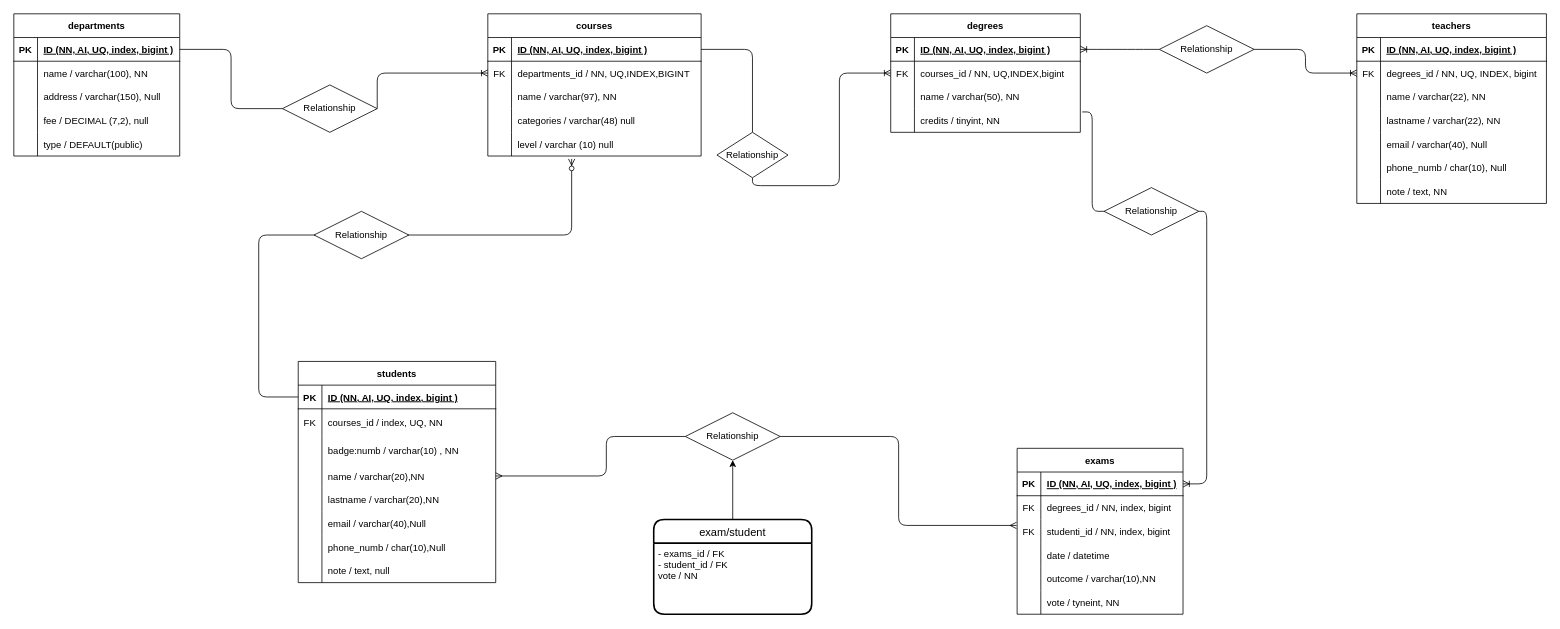
The draw.io diagram schema.dio in Francesco-Iannuzzi/db-university, before the edit. Source tidied: cells renumbered, new cells numbered last; positions are measured from the earlier drawing's top-left corner, leaving out a move shared by most shapes. Both pictures are drawn from the tidied source at 79%, with x=0, y=0 at pixel (13, 13).
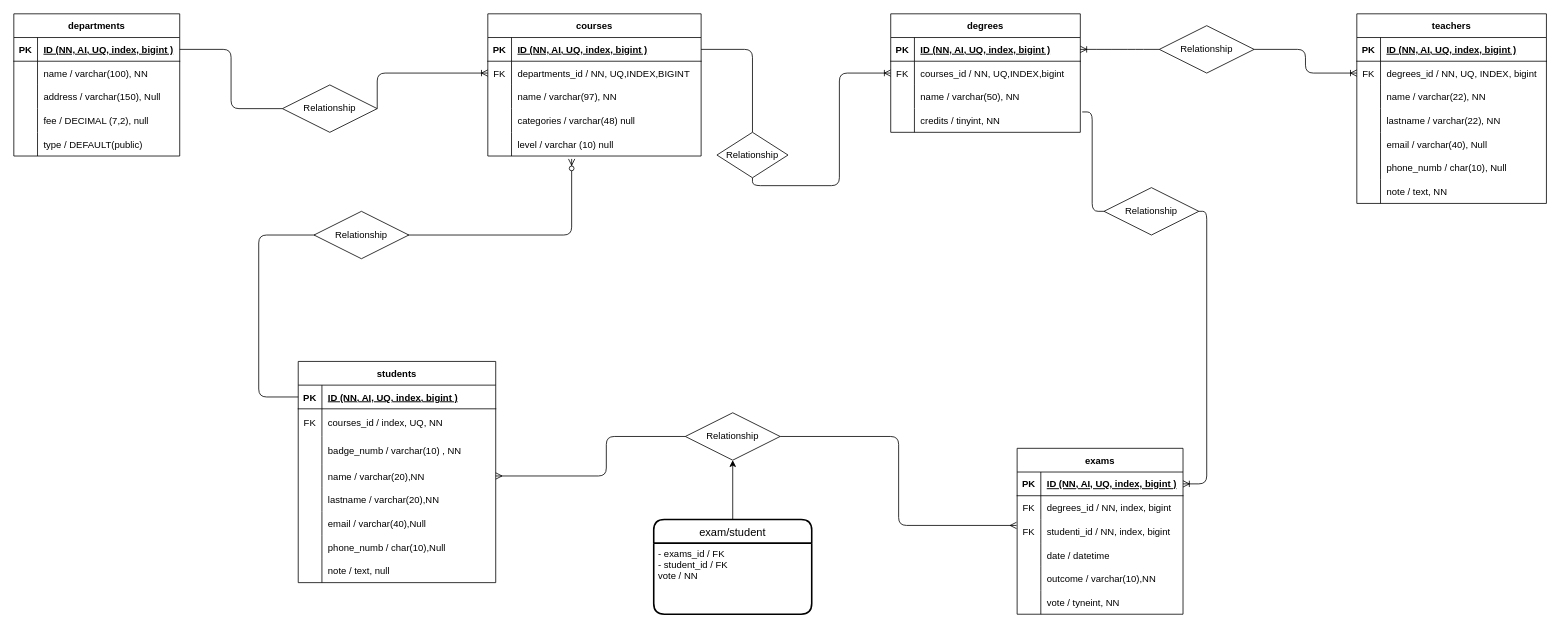
Above is the later version.

The change refers to these unchanged cells:
```xml
<mxCell id="76" style="shape=tableRow;horizontal=0;startSize=0;swimlaneHead=0;swimlaneBody=0;fillColor=none;top=0;left=0;right=0;bottom=0;" parent="69" vertex="1">
  <mxGeometry y="95" width="250" height="35" as="geometry" />
</mxCell>
```

The edit, as a diff of the source:
```diff
@@
-    <mxCell id="78" value="badge:numb / varchar(10) , NN" style="shape=partialRectangle;fillColor=none;top=0;left=0;bottom=0;right=0;align=left;spacingLeft=6;overflow=hidden;" parent="76" vertex="1">
+    <mxCell id="78" value="badge_numb / varchar(10) , NN" style="shape=partialRectangle;fillColor=none;top=0;left=0;bottom=0;right=0;align=left;spacingLeft=6;overflow=hidden;" parent="76" vertex="1">
       <mxGeometry x="30" width="220" height="35" as="geometry" />
     </mxCell>
```
